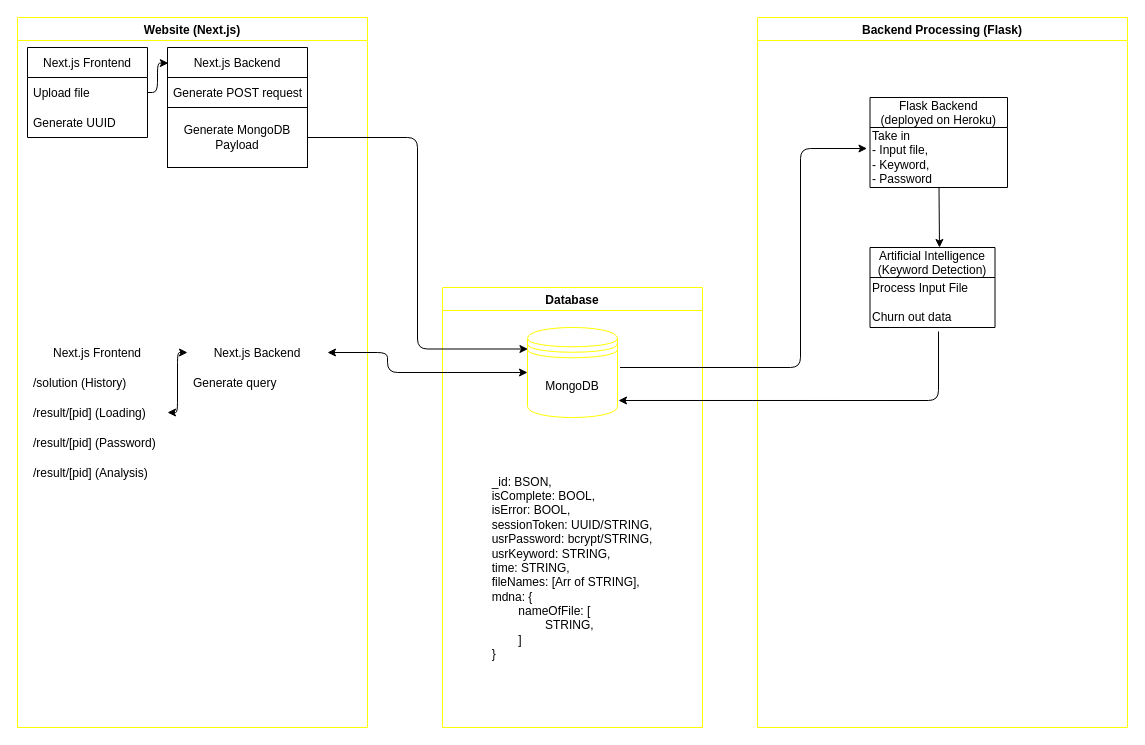
The draw.io diagram page "Diagram" (2 of 2) of tech_breakdown.drawio in TsienJin/teamHotelTriviaGo, before the edit. Source tidied: cells renumbered, new cells numbered last; positions are measured from the earlier drawing's top-left corner, leaving out a move shared by most shapes. Both pictures are drawn from the tidied source at 100%, with x=0, y=0 at pixel (17, 17).
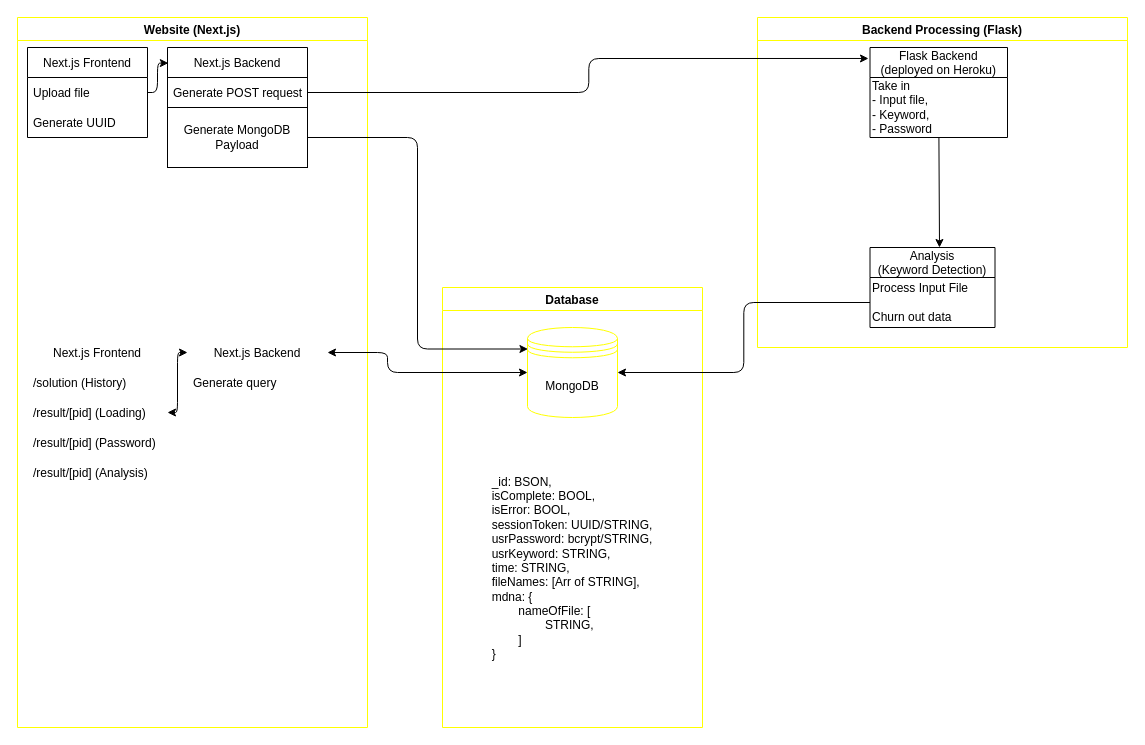
The same page after the edit.

The change refers to these unchanged cells:
```xml
<mxCell id="7" value="Generate POST request" style="text;strokeColor=default;fillColor=none;align=left;verticalAlign=middle;spacingLeft=4;spacingRight=4;overflow=hidden;points=[[0,0.5],[1,0.5]];portConstraint=eastwest;labelBorderColor=none;" parent="6" vertex="1">
  <mxGeometry y="30" width="140" height="30" as="geometry" />
</mxCell>
<mxCell id="19" value="MongoDB" style="shape=datastore;whiteSpace=wrap;html=1;rounded=0;labelBorderColor=none;sketch=0;strokeColor=#FFFF00;fillColor=none;" parent="18" vertex="1">
  <mxGeometry x="85" y="40" width="90" height="90" as="geometry" />
</mxCell>
<mxCell id="25" value="Process Input File&lt;br&gt;&lt;br&gt;Churn out data" style="text;html=1;align=left;verticalAlign=middle;points=[];strokeColor=none;fillColor=none;" parent="24" vertex="1">
  <mxGeometry y="30" width="125" height="50" as="geometry" />
</mxCell>
<mxCell id="27" value="Take in&amp;nbsp;&amp;nbsp;&lt;br style=&quot;padding: 0px ; margin: 0px&quot;&gt;- Input file,&lt;br style=&quot;padding: 0px ; margin: 0px&quot;&gt;- Keyword,&lt;br style=&quot;padding: 0px ; margin: 0px&quot;&gt;- Password" style="text;html=1;align=left;verticalAlign=middle;points=[];strokeColor=none;fillColor=none;" parent="26" vertex="1">
  <mxGeometry y="30" width="137.5" height="60" as="geometry" />
</mxCell>
```

The edit, as a diff of the source:
```diff
@@
     <mxCell id="22" value="Backend Processing (Flask)" style="swimlane;sketch=0;rounded=0;strokeColor=#FFFF00;fillColor=none;" parent="1" vertex="1">
-      <mxGeometry x="740" width="370" height="710" as="geometry" />
+      <mxGeometry x="740" width="370" height="330" as="geometry" />
     </mxCell>
-    <mxCell id="23" style="edgeStyle=orthogonalEdgeStyle;html=1;fillColor=#FFFFFF;entryX=-0.022;entryY=0.35;entryDx=0;entryDy=0;entryPerimeter=0;" parent="22" edge="1" target="27">
-      <mxGeometry relative="1" as="geometry">
-        <mxPoint x="-137.5" y="350" as="sourcePoint" />
-        <Array as="points">
-          <mxPoint x="43" y="350" />
-          <mxPoint x="43" y="131" />
-        </Array>
-      </mxGeometry>
-    </mxCell>
-    <mxCell id="24" value="Artificial Intelligence&#10;(Keyword Detection)" style="swimlane;fontStyle=0;horizontal=1;startSize=30;" parent="22" vertex="1">
+    <mxCell id="24" value="Analysis&#10;(Keyword Detection)" style="swimlane;fontStyle=0;horizontal=1;startSize=30;" parent="22" vertex="1">
       <mxGeometry x="112.5" y="230" width="125" height="80" as="geometry" />
     </mxCell>
@@
     <mxCell id="26" value="Flask Backend&#10;(deployed on Heroku)" style="swimlane;fontStyle=0;horizontal=1;startSize=30;" parent="22" vertex="1">
-      <mxGeometry x="112.5" y="80" width="137.5" height="90" as="geometry" />
+      <mxGeometry x="112.5" y="30" width="137.5" height="90" as="geometry" />
     </mxCell>
@@
+    <mxCell id="31" style="edgeStyle=orthogonalEdgeStyle;html=1;entryX=-0.011;entryY=0.122;entryDx=0;entryDy=0;entryPerimeter=0;" parent="1" edge="1" source="7" target="26">
+      <mxGeometry relative="1" as="geometry" />
+    </mxCell>
-    <mxCell id="30" style="endArrow=classic;html=1;exitX=0.548;exitY=1.08;exitDx=0;exitDy=0;exitPerimeter=0;entryX=1.011;entryY=0.811;entryDx=0;entryDy=0;entryPerimeter=0;" parent="1" edge="1" source="25" target="19">
-      <mxGeometry relative="1" as="geometry">
-        <Array as="points">
-          <mxPoint x="921" y="383" />
-        </Array>
-      </mxGeometry>
+    <mxCell id="30" style="edgeStyle=orthogonalEdgeStyle;html=1;entryX=1;entryY=0.5;entryDx=0;entryDy=0;" parent="1" edge="1" source="25" target="19">
+      <mxGeometry relative="1" as="geometry" />
     </mxCell>
```
